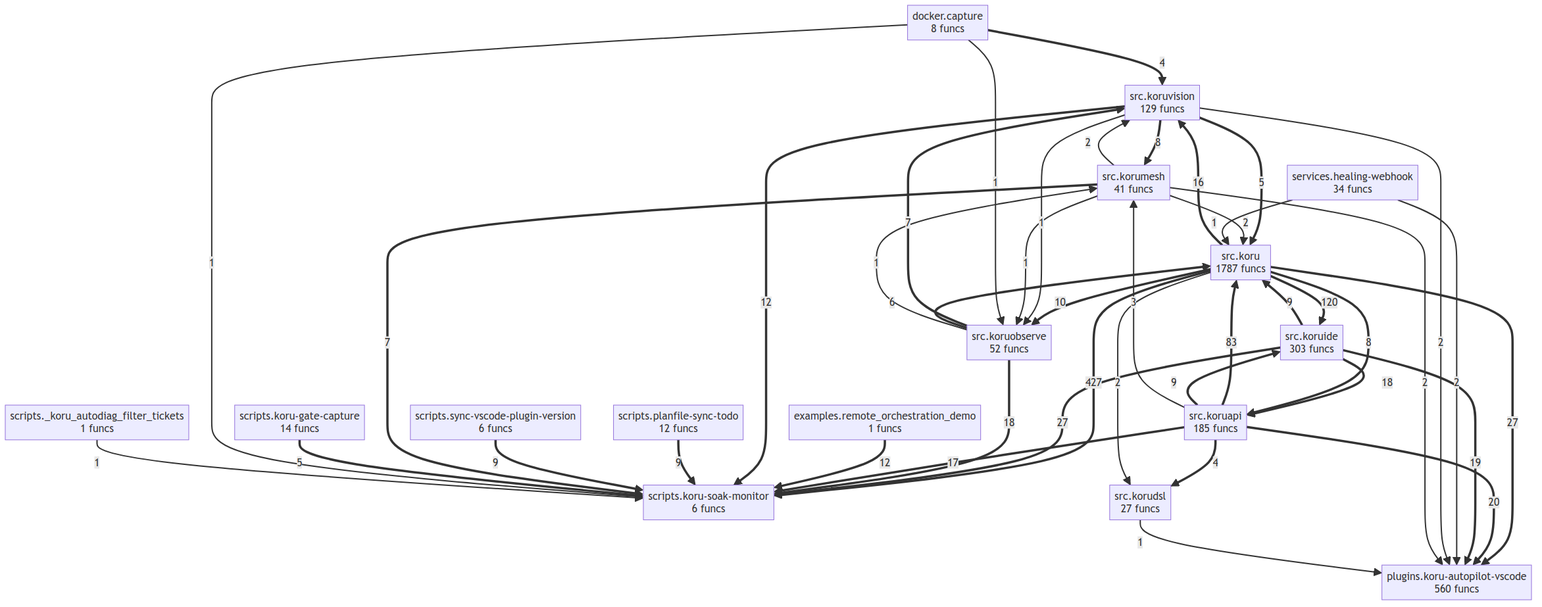
Earlier version of the Mermaid export project/compact_flow.png (semcod/koru). Its source is kept beside it as project/compact_flow.mmd.
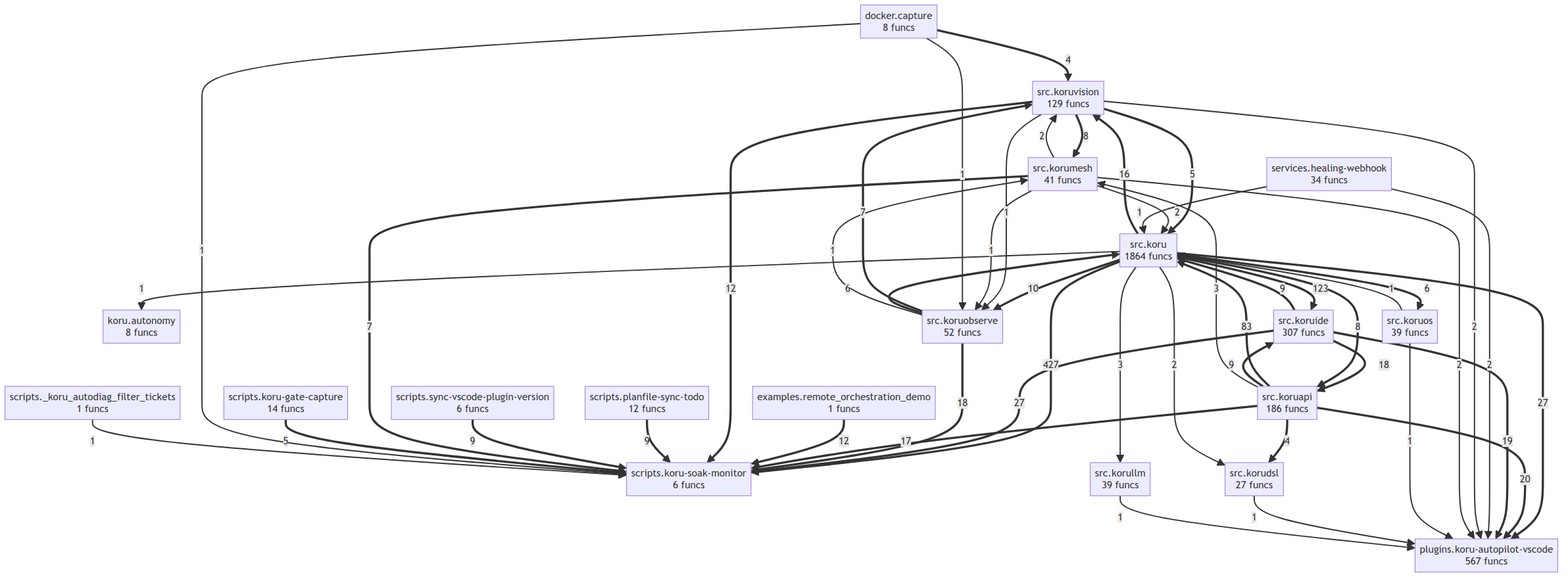
After the change.

Change to the diagram source:
```diff
@@ -1,22 +1,25 @@
 flowchart TD
     docker__capture["docker.capture<br/>8 funcs"]
     examples__remote_orchestration_demo["examples.remote_orchestration_demo<br/>1 funcs"]
-    plugins__koru_autopilot_vscode["plugins.koru-autopilot-vscode<br/>560 funcs"]
+    koru__autonomy["koru.autonomy<br/>8 funcs"]
+    plugins__koru_autopilot_vscode["plugins.koru-autopilot-vscode<br/>567 funcs"]
     scripts___koru_autodiag_filter_tickets["scripts._koru_autodiag_filter_tickets<br/>1 funcs"]
     scripts__koru_gate_capture["scripts.koru-gate-capture<br/>14 funcs"]
     scripts__koru_soak_monitor["scripts.koru-soak-monitor<br/>6 funcs"]
     scripts__planfile_sync_todo["scripts.planfile-sync-todo<br/>12 funcs"]
     scripts__sync_vscode_plugin_version["scripts.sync-vscode-plugin-version<br/>6 funcs"]
     services__healing_webhook["services.healing-webhook<br/>34 funcs"]
-    src__koru["src.koru<br/>1787 funcs"]
-    src__koruapi["src.koruapi<br/>185 funcs"]
+    src__koru["src.koru<br/>1864 funcs"]
+    src__koruapi["src.koruapi<br/>186 funcs"]
     src__korudsl["src.korudsl<br/>27 funcs"]
-    src__koruide["src.koruide<br/>303 funcs"]
+    src__koruide["src.koruide<br/>307 funcs"]
+    src__korullm["src.korullm<br/>39 funcs"]
     src__korumesh["src.korumesh<br/>41 funcs"]
     src__koruobserve["src.koruobserve<br/>52 funcs"]
+    src__koruos["src.koruos<br/>39 funcs"]
     src__koruvision["src.koruvision<br/>129 funcs"]
     src__koru ==>|427| scripts__koru_soak_monitor
-    src__koru ==>|120| src__koruide
+    src__koru ==>|123| src__koruide
     src__koruapi ==>|83| src__koru
     src__koruide ==>|27| scripts__koru_soak_monitor
     src__koru ==>|27| plugins__koru_autopilot_vscode
@@ -38,11 +41,13 @@
     src__koruobserve ==>|7| src__koruvision
     src__korumesh ==>|7| scripts__koru_soak_monitor
     src__koruobserve ==>|6| src__koru
+    src__koru ==>|6| src__koruos
     src__koruvision ==>|5| src__koru
     scripts__koru_gate_capture ==>|5| scripts__koru_soak_monitor
     src__koruapi ==>|4| src__korudsl
     docker__capture ==>|4| src__koruvision
     src__koruapi -->|3| src__korumesh
+    src__koru -->|3| src__korullm
     services__healing_webhook -->|2| plugins__koru_autopilot_vscode
     src__koruvision -->|2| plugins__koru_autopilot_vscode
     src__korumesh -->|2| src__koru
@@ -51,9 +56,13 @@
     src__koru -->|2| src__korudsl
     services__healing_webhook -->|1| src__koru
     src__koruobserve -->|1| src__korumesh
+    src__koruos -->|1| plugins__koru_autopilot_vscode
+    src__koruos -->|1| src__koru
     src__korudsl -->|1| plugins__koru_autopilot_vscode
+    src__korullm -->|1| plugins__koru_autopilot_vscode
     src__koruvision -->|1| src__koruobserve
     src__korumesh -->|1| src__koruobserve
     docker__capture -->|1| src__koruobserve
     docker__capture -->|1| scripts__koru_soak_monitor
     scripts___koru_autodiag_filter_tickets -->|1| scripts__koru_soak_monitor
+    src__koru -->|1| koru__autonomy
```
